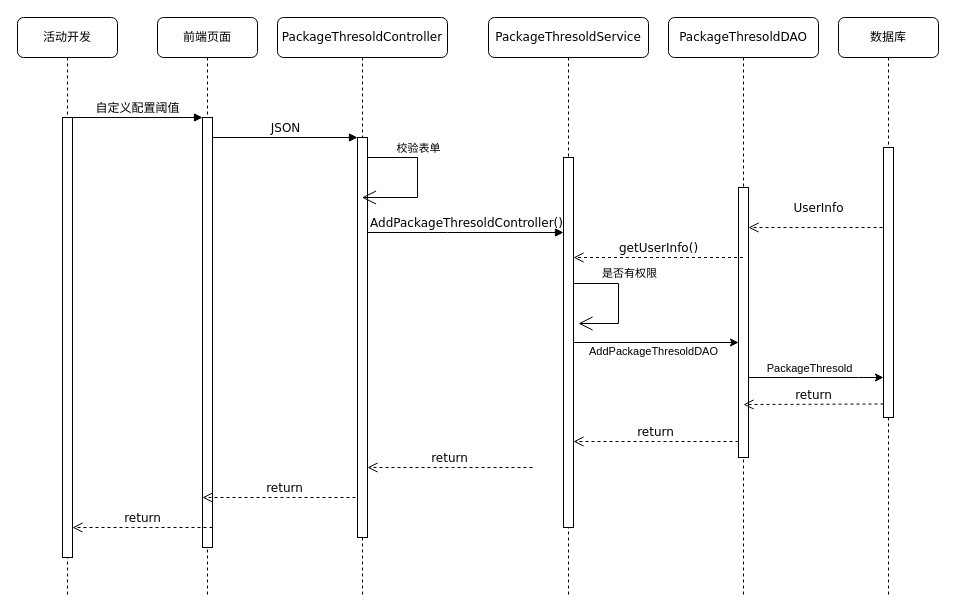
Before: 5.14用户配置礼包告警规则时序图.drawio in FelixTt/zzzzz, a draw.io diagram. Source tidied: cells renumbered, new cells numbered last; positions are measured from the earlier drawing's top-left corner, leaving out a move shared by most shapes. Both pictures are drawn from the tidied source at 100%, with x=0, y=0 at pixel (17, 17).
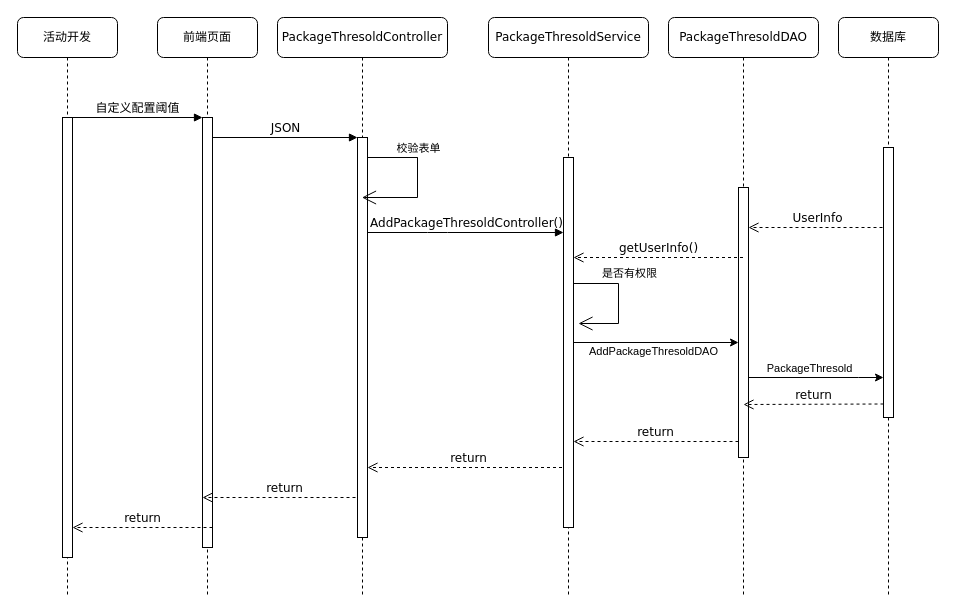
Above is the later version.

Commit message (it also covers changes not shown here):
更新5.14用户配置礼包告警规则时序图.drawio

Unchanged cells that the change refers to:
```xml
<mxCell id="5" value="PackageThresoldController" style="shape=umlLifeline;perimeter=lifelinePerimeter;whiteSpace=wrap;html=1;outlineConnect=0;rounded=1;shadow=0;comic=0;labelBackgroundColor=none;strokeWidth=1;fontFamily=Verdana;fontSize=12;align=center;" parent="1" vertex="1">
  <mxGeometry x="260" width="170" height="580" as="geometry" />
</mxCell>
<mxCell id="10" value="PackageThresoldService" style="shape=umlLifeline;perimeter=lifelinePerimeter;whiteSpace=wrap;html=1;outlineConnect=0;rounded=1;shadow=0;comic=0;labelBackgroundColor=none;strokeWidth=1;fontFamily=Verdana;fontSize=12;align=center;" parent="1" vertex="1">
  <mxGeometry x="471" width="160" height="580" as="geometry" />
</mxCell>
<mxCell id="12" value="PackageThresoldDAO" style="shape=umlLifeline;perimeter=lifelinePerimeter;whiteSpace=wrap;html=1;rounded=1;shadow=0;comic=0;labelBackgroundColor=none;strokeWidth=1;fontFamily=Verdana;fontSize=12;align=center;" parent="1" vertex="1">
  <mxGeometry x="651" width="150" height="580" as="geometry" />
</mxCell>
```

The edit, as a diff of the source:
```diff
@@
-    <mxCell id="7" value="return" style="html=1;verticalAlign=bottom;endArrow=open;dashed=1;endSize=8;labelBackgroundColor=none;fontFamily=Verdana;fontSize=12;" parent="5" edge="1">
+    <mxCell id="7" value="return" style="html=1;verticalAlign=bottom;endArrow=open;dashed=1;endSize=8;labelBackgroundColor=none;fontFamily=Verdana;fontSize=12;" parent="5" edge="1" source="10">
       <mxGeometry relative="1" as="geometry">
-        <mxPoint x="255" y="450" as="sourcePoint" />
         <mxPoint x="90" y="450" as="targetPoint" />
         <Array as="points">
           <mxPoint x="165" y="450" />
         </Array>
       </mxGeometry>
     </mxCell>
@@
     <mxCell id="14" value="UserInfo" style="html=1;verticalAlign=bottom;endArrow=open;dashed=1;endSize=8;exitX=0;exitY=0.95;labelBackgroundColor=none;fontFamily=Verdana;fontSize=12;" parent="12" edge="1">
-      <mxGeometry y="-10" relative="1" as="geometry">
+      <mxGeometry x="0.01" relative="1" as="geometry">
         <mxPoint x="220" y="210" as="sourcePoint" />
         <mxPoint x="80" y="210" as="targetPoint" />
       </mxGeometry>
     </mxCell>
```
